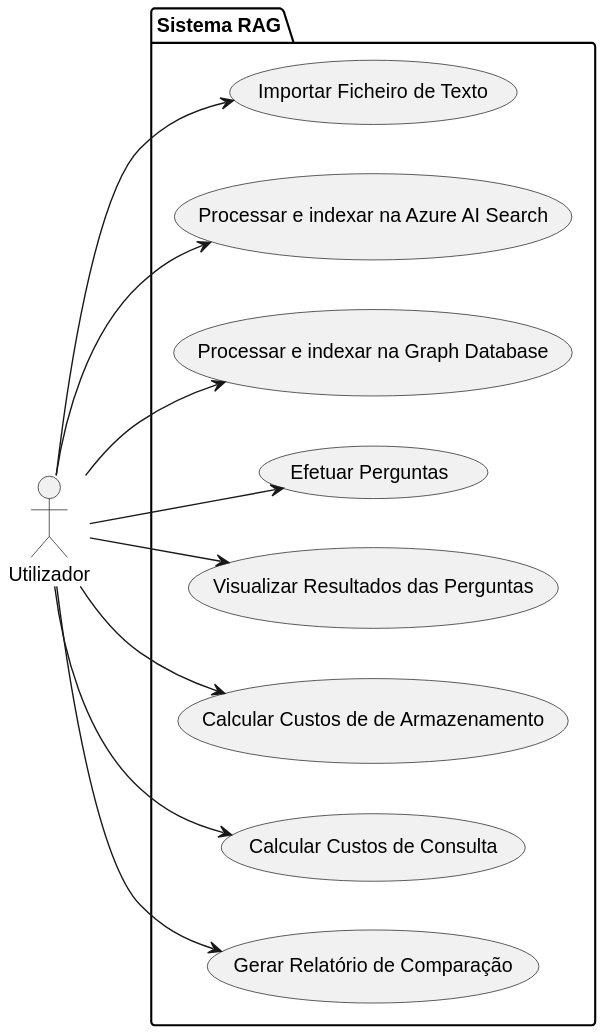
Educ00/EstagioArmis keeps this PlantUML diagram as src/projeto_armis/docs/ucd/use_case_diagram.svg. Above is the earlier version.
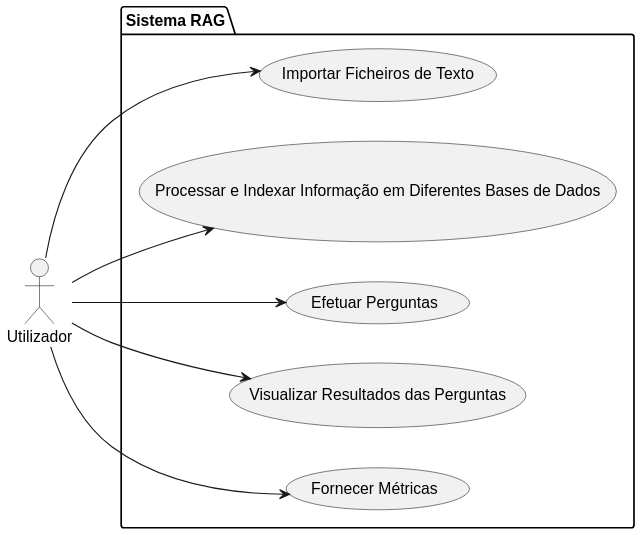
The same diagram one commit later.

Change to the diagram source:
```diff
@@ -3,15 +3,11 @@
 actor Utilizador as user
 
 package "Sistema RAG" {
-    usecase "Importar Ficheiro de Texto" as UC1
-    usecase "Processar e indexar na Azure AI Search" as UC2
-    usecase "Processar e indexar na Graph Database" as UC3
-    usecase "Efetuar Perguntas" as UC4
-    usecase "Visualizar Resultados das Perguntas" as UC5
-
-    usecase "Calcular Custos de de Armazenamento" as UC6
-    usecase "Calcular Custos de Consulta"       as UC7
-    usecase "Gerar Relatório de Comparação"     as UC8
+    usecase "Importar Ficheiros de Texto" as UC1
+    usecase "Processar e Indexar Informação em Diferentes Bases de Dados" as UC2
+    usecase "Efetuar Perguntas" as UC3
+    usecase "Visualizar Resultados das Perguntas" as UC4
+    usecase "Fornecer Métricas" as UC5
 }
 
 user --> UC1
@@ -19,7 +15,4 @@
 user --> UC3
 user --> UC4
 user --> UC5
-user --> UC6
-user --> UC7
-user --> UC8
 @enduml
```
